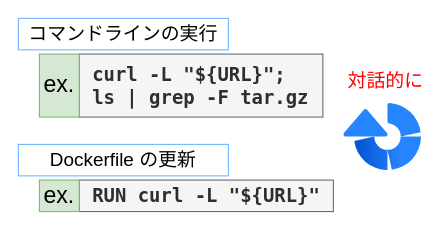
Above: slide/img/usage2.drawio in posl/dit (draw.io), before the change. Source tidied: cells renumbered, new cells numbered last; positions are measured from the earlier drawing's top-left corner, leaving out a move shared by most shapes. Both pictures are drawn from the tidied source at 105%, with x=0, y=0 at pixel (18, 18).
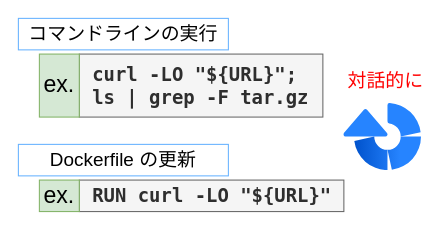
After the change.

Commit message (it also covers changes not shown here):
added -O option to the curl command

The edit, as a diff of the source:
```diff
@@
 <mxGraphModel>
   <root>
     <mxCell id="0" />
     <mxCell id="1" parent="0" />
     <mxCell id="2" value="&lt;font style=&quot;font-size: 18px;&quot;&gt;コマンドラインの実行&lt;/font&gt;" style="text;html=1;strokeColor=#66B2FF;fillColor=none;align=center;verticalAlign=middle;whiteSpace=wrap;rounded=0;" parent="1" vertex="1">
       <mxGeometry width="200" height="30" as="geometry" />
     </mxCell>
     <mxCell id="3" value="Dockerfile の更新" style="text;html=1;strokeColor=#66B2FF;fillColor=none;align=center;verticalAlign=middle;whiteSpace=wrap;rounded=0;fontSize=18;" parent="1" vertex="1">
       <mxGeometry y="120" width="200" height="30" as="geometry" />
     </mxCell>
     <mxCell id="4" style="image;image=img/lib/atlassian/Bamboo_Logo.svg;fontSize=18;direction=north;flipH=0;" parent="1" vertex="1">
       <mxGeometry x="310" y="80" width="74" height="64" as="geometry" />
     </mxCell>
     <mxCell id="5" value="&lt;font color=&quot;#ff0000&quot;&gt;対話的に&lt;/font&gt;" style="text;html=1;strokeColor=none;fillColor=none;align=center;verticalAlign=middle;whiteSpace=wrap;rounded=0;fontSize=18;" parent="1" vertex="1">
       <mxGeometry x="310" y="50" width="80" height="20" as="geometry" />
     </mxCell>
-    <mxCell id="6" value="&lt;b style=&quot;border-color: var(--border-color); color: rgb(46, 46, 46); font-family: Menlo, Monaco, &amp;quot;Courier New&amp;quot;, monospace; font-size: 18px;&quot;&gt;&amp;nbsp;curl -L &quot;${URL}&quot;;&lt;br&gt;&amp;nbsp;ls | grep -F tar.gz&lt;/b&gt;" style="text;html=1;strokeColor=#666666;fillColor=#f5f5f5;align=left;verticalAlign=middle;whiteSpace=wrap;rounded=0;fontColor=#333333;" parent="1" vertex="1">
+    <mxCell id="6" value="&lt;b style=&quot;border-color: var(--border-color); color: rgb(46, 46, 46); font-family: Menlo, Monaco, &amp;quot;Courier New&amp;quot;, monospace; font-size: 18px;&quot;&gt;&amp;nbsp;curl -LO &quot;${URL}&quot;;&lt;br&gt;&amp;nbsp;ls | grep -F tar.gz&lt;/b&gt;" style="text;html=1;strokeColor=#666666;fillColor=#f5f5f5;align=left;verticalAlign=middle;whiteSpace=wrap;rounded=0;fontColor=#333333;" parent="1" vertex="1">
       <mxGeometry x="58" y="34" width="232" height="60" as="geometry" />
     </mxCell>
-    <mxCell id="7" value="&lt;b style=&quot;border-color: var(--border-color); color: rgb(46, 46, 46); font-family: Menlo, Monaco, &amp;quot;Courier New&amp;quot;, monospace;&quot;&gt;&amp;nbsp;RUN curl -L &quot;${URL}&quot;&lt;/b&gt;" style="text;html=1;strokeColor=#666666;fillColor=#f5f5f5;align=left;verticalAlign=middle;whiteSpace=wrap;rounded=0;fontSize=18;fontColor=#333333;" parent="1" vertex="1">
-      <mxGeometry x="58" y="154" width="242" height="30" as="geometry" />
+    <mxCell id="7" value="&lt;b style=&quot;border-color: var(--border-color); color: rgb(46, 46, 46); font-family: Menlo, Monaco, &amp;quot;Courier New&amp;quot;, monospace;&quot;&gt;&amp;nbsp;RUN curl -LO &quot;${URL}&quot;&lt;/b&gt;" style="text;html=1;strokeColor=#666666;fillColor=#f5f5f5;align=left;verticalAlign=middle;whiteSpace=wrap;rounded=0;fontSize=18;fontColor=#333333;" parent="1" vertex="1">
+      <mxGeometry x="58" y="154" width="252" height="30" as="geometry" />
     </mxCell>
     <mxCell id="8" value="&lt;font style=&quot;font-size: 22px;&quot;&gt;ex.&lt;/font&gt;" style="text;html=1;strokeColor=#82b366;fillColor=#d5e8d4;align=center;verticalAlign=middle;whiteSpace=wrap;rounded=0;fontSize=18;" parent="1" vertex="1">
       <mxGeometry x="20" y="34" width="38" height="60" as="geometry" />
     </mxCell>
     <mxCell id="9" value="&lt;font style=&quot;font-size: 22px;&quot;&gt;ex.&lt;/font&gt;" style="text;html=1;strokeColor=#82b366;fillColor=#d5e8d4;align=center;verticalAlign=middle;whiteSpace=wrap;rounded=0;fontSize=18;" parent="1" vertex="1">
       <mxGeometry x="20" y="154" width="38" height="30" as="geometry" />
     </mxCell>
   </root>
 </mxGraphModel>
```
